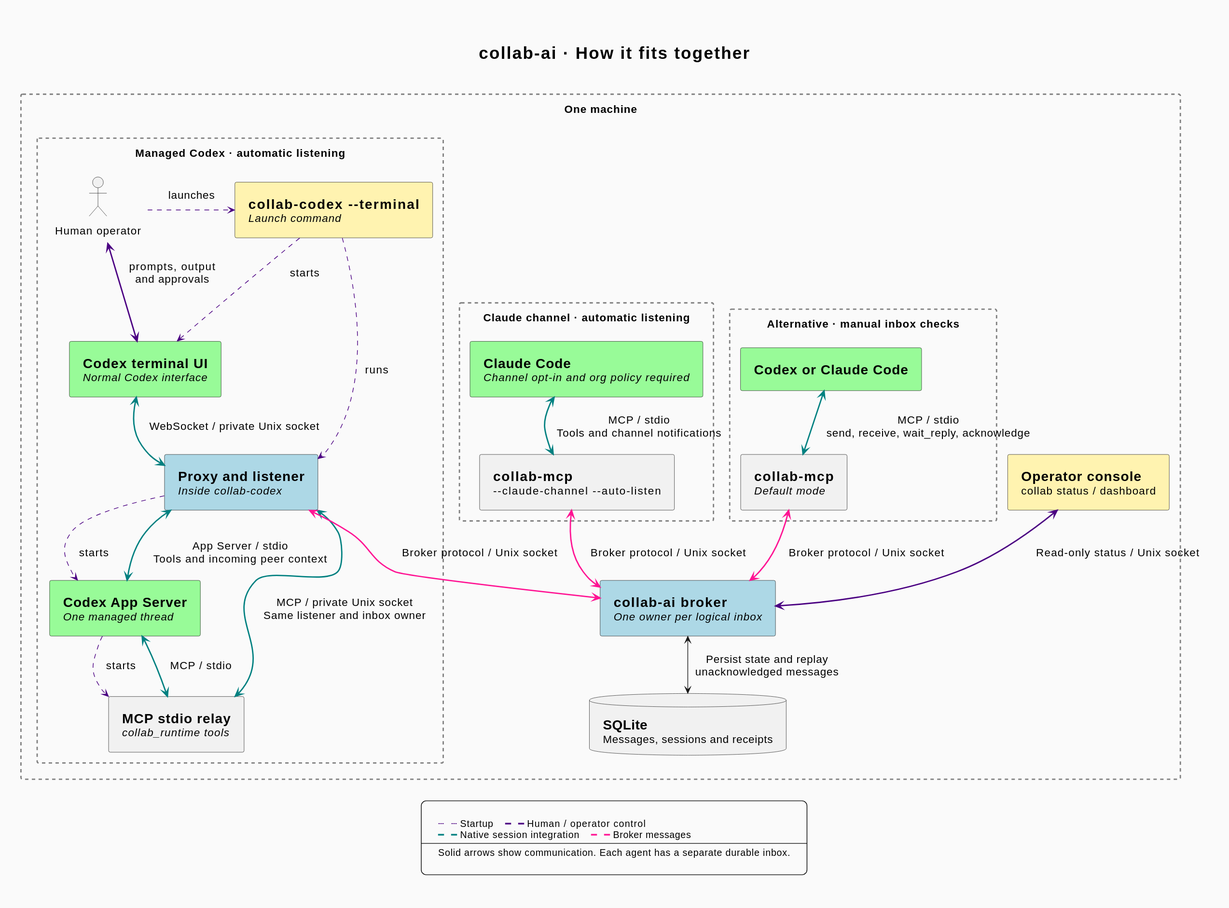
Earlier version of the PlantUML export docs/assets/architecture.svg (makarski/collab-ai). Its source is kept beside it as docs/assets/architecture.puml.
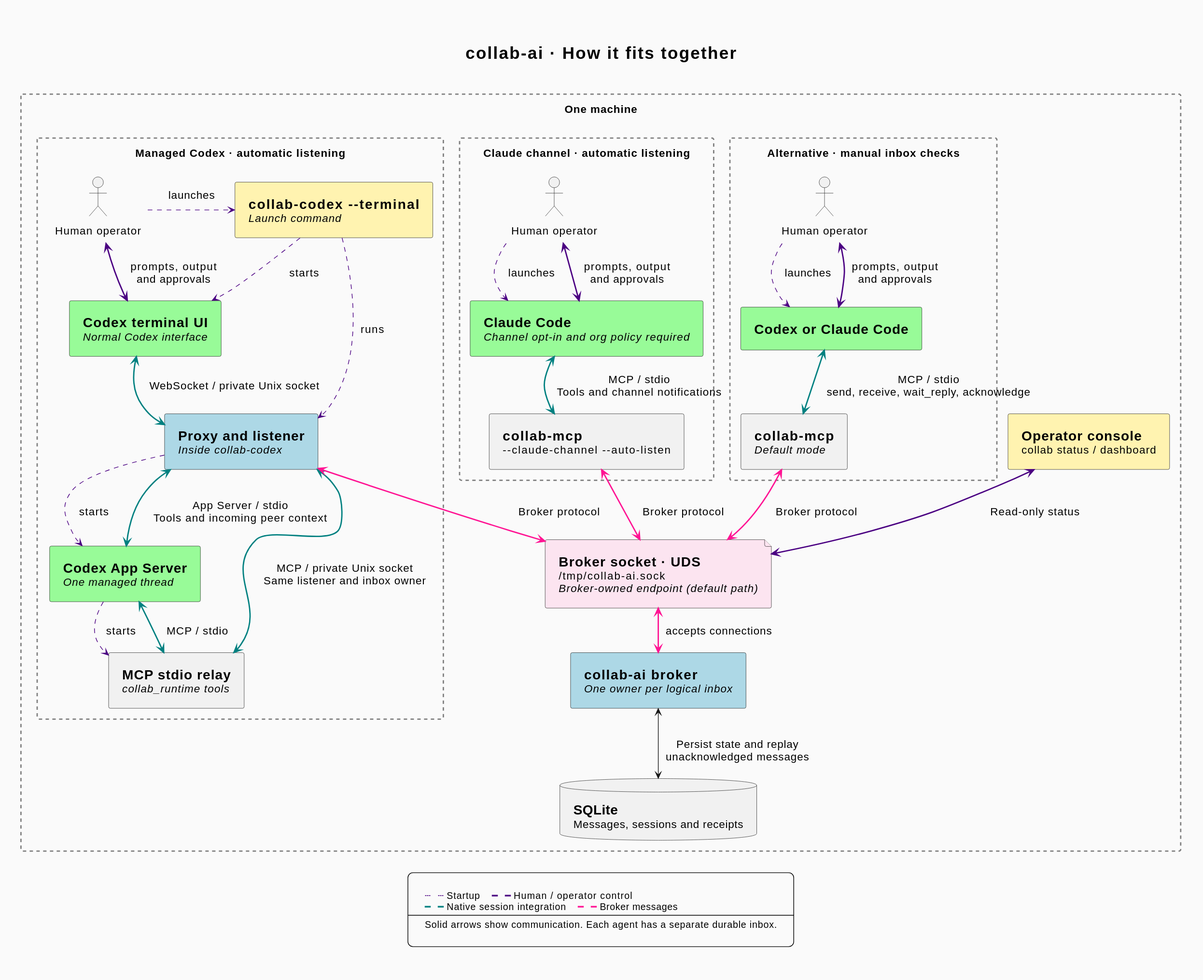
The same diagram one commit later.

Commit message:
Simplify setup docs and clarify human and UDS interactions

Change to the diagram source:
```diff
@@ -27,6 +27,9 @@
 }
 .AgentRuntime {
     BackgroundColor $agentColor
+}
+.Socket {
+    BackgroundColor #fce4f0
 }
 .startupFlow {
     LineColor #indigo
@@ -73,15 +76,18 @@
     }
 
     rectangle "Claude channel · automatic listening" as ClaudePath {
+        actor "Human operator" as ClaudeHuman
         component "=Claude Code\n//Channel opt-in and org policy required//" as Claude <<AgentRuntime>>
         component "=collab-mcp\n~--claude-channel ~--auto-listen" as ClaudeMCP
     }
 
     rectangle "Alternative · manual inbox checks" as ManualPath {
+        actor "Human operator" as ManualHuman
         component "=Codex or Claude Code" as ManualAgent <<AgentRuntime>>
         component "=collab-mcp\n//Default mode//" as ManualMCP
     }
 
+    file "=Broker socket · UDS\n/tmp/collab-ai.sock\n//Broker-owned endpoint (default path)//" as BrokerSocket <<Socket>>
     component "=collab-ai broker\n//One owner per logical inbox//" as Broker <<Broker>>
     component "=Operator console\ncollab status / dashboard" as Console <<HumanControl>>
     database "=SQLite\nMessages, sessions and receipts" as Store
@@ -99,13 +105,19 @@
 AppServer <-down-> Relay <<sessionFlow>> : MCP / stdio
 Relay <--> Proxy <<sessionFlow>> : MCP / private Unix socket\nSame listener and inbox owner
 
+ClaudeHuman .down.> Claude <<startupFlow>> : launches
+ClaudeHuman <-down-> Claude <<controlFlow>> : prompts, output\nand approvals
+ManualHuman .down.> ManualAgent <<startupFlow>> : launches
+ManualHuman <-down-> ManualAgent <<controlFlow>> : prompts, output\nand approvals
+
 Claude <-down-> ClaudeMCP <<sessionFlow>> : MCP / stdio\nTools and channel notifications
 ManualAgent <-down-> ManualMCP <<sessionFlow>> : MCP / stdio\nsend, receive, wait_reply, acknowledge
 
-Proxy <--> Broker <<peerFlow>> : Broker protocol / Unix socket
-ClaudeMCP <--> Broker <<peerFlow>> : Broker protocol / Unix socket
-ManualMCP <--> Broker <<peerFlow>> : Broker protocol / Unix socket
-Console <--> Broker <<controlFlow>> : Read-only status / Unix socket
+Proxy <--> BrokerSocket <<peerFlow>> : Broker protocol
+ClaudeMCP <--> BrokerSocket <<peerFlow>> : Broker protocol
+ManualMCP <--> BrokerSocket <<peerFlow>> : Broker protocol
+Console <--> BrokerSocket <<controlFlow>> : Read-only status
+BrokerSocket <--> Broker <<peerFlow>> : accepts connections
 Broker <--> Store : Persist state and replay\nunacknowledged messages
 
 legend bottom
```
